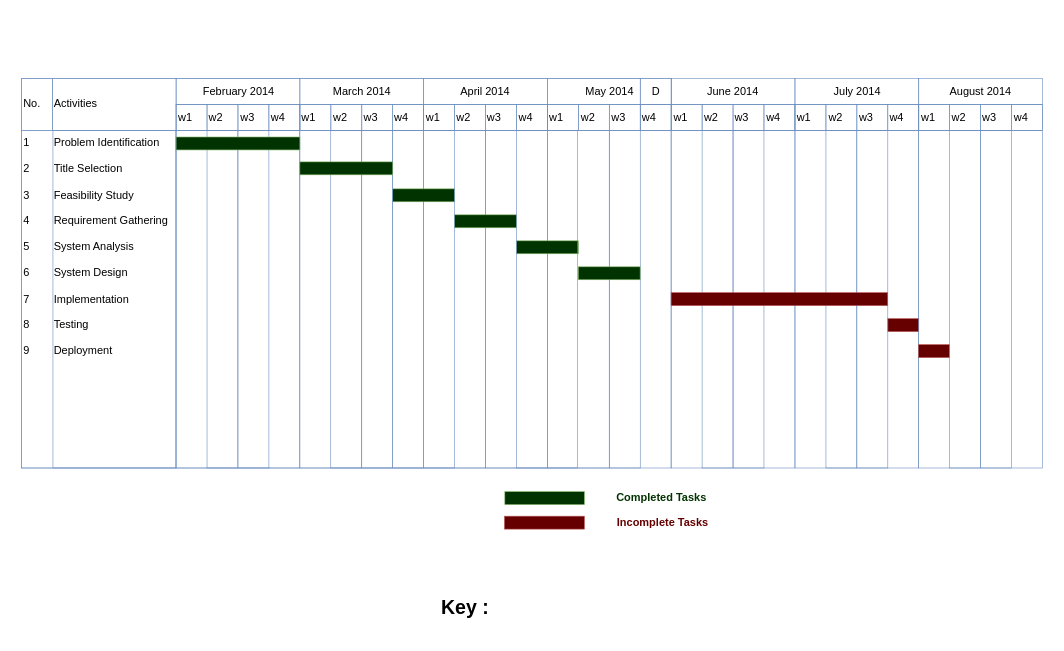
Before: Gantt Chart Diagram.drawio in fasil712/UML_Diagram_Design, a draw.io diagram. Source tidied: cells renumbered, new cells numbered last; positions are measured from the earlier drawing's top-left corner, leaving out a move shared by most shapes. Both pictures are drawn from the tidied source at 122%, with x=0, y=0 at pixel (21, 21).
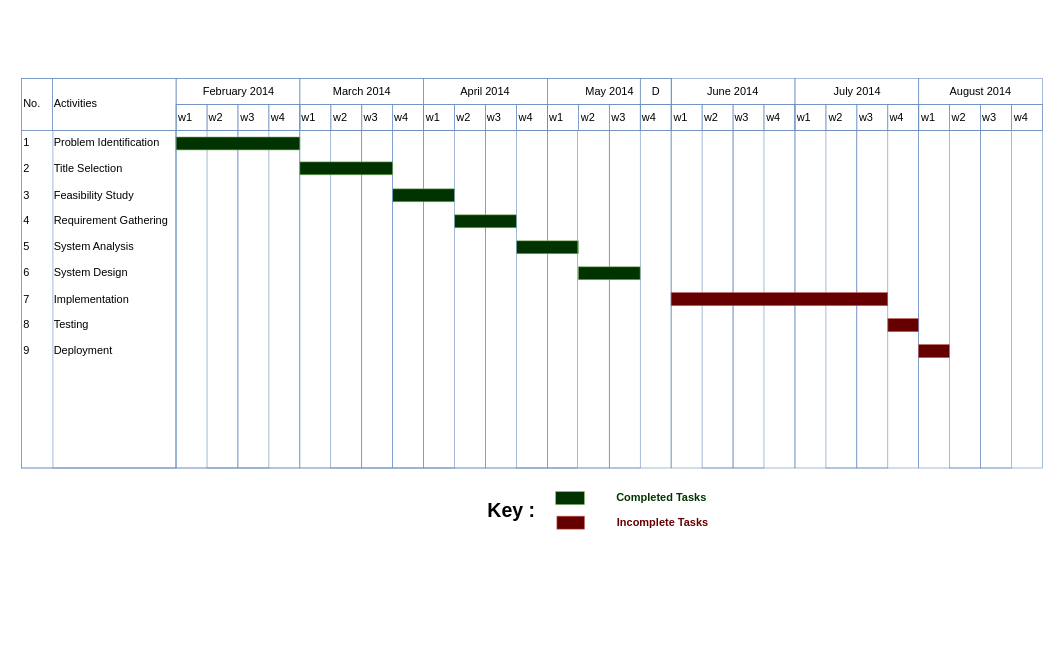
The same diagram, later.

Change to the diagram source:
```diff
@@
     <mxCell id="2" style="group;" parent="1" vertex="1">
-      <mxGeometry width="837" height="418" as="geometry" />
+      <mxGeometry width="837" height="424.7" as="geometry" />
     </mxCell>
@@
     <mxCell id="101" style="group;" parent="2" vertex="1">
-      <mxGeometry x="396" y="383.7" width="174.3" height="34.3" as="geometry" />
+      <mxGeometry x="396" y="383.7" width="174.3" height="37.7" as="geometry" />
     </mxCell>
     <mxCell id="102" style="strokeWidth=0.5;shadow=0;dashed=0;align=left;html=1;shape=mxgraph.mockup.graphics.rrect;rSize=0;strokeColor=#82b366;fillColor=#003300;rounded=0;fontSize=9;fontStyle=0;" parent="101" vertex="1">
-      <mxGeometry x="0.3" y="1.8" width="65.2" height="10.6" as="geometry" />
+      <mxGeometry x="42" y="1.8" width="23.5" height="10.6" as="geometry" />
     </mxCell>
     <mxCell id="103" style="strokeWidth=0.5;shadow=0;dashed=0;align=left;html=1;shape=mxgraph.mockup.graphics.rrect;rSize=0;strokeColor=#b85450;fillColor=#660000;rounded=0;fontSize=9;fontStyle=0;" parent="101" vertex="1">
-      <mxGeometry y="21.9" width="65.5" height="10.6" as="geometry" />
+      <mxGeometry x="43" y="21.9" width="22.5" height="10.6" as="geometry" />
     </mxCell>
@@
-    <mxCell id="106" value="&lt;span style=&quot;background-color: rgb(255, 255, 255);&quot;&gt;&lt;font style=&quot;font-size: 16px;&quot;&gt;&lt;b&gt;Key :&lt;/b&gt;&lt;/font&gt;&lt;/span&gt;" style="text;html=1;align=center;verticalAlign=middle;whiteSpace=wrap;rounded=0;labelBackgroundColor=none;labelBorderColor=none;fontSize=9;" parent="1" vertex="1">
-      <mxGeometry x="333" y="459" width="62" height="41" as="geometry" />
+    <mxCell id="106" value="&lt;span style=&quot;background-color: rgb(255, 255, 255);&quot;&gt;&lt;font style=&quot;font-size: 16px;&quot;&gt;&lt;b&gt;Key :&lt;/b&gt;&lt;/font&gt;&lt;/span&gt;" style="text;html=1;align=center;verticalAlign=middle;whiteSpace=wrap;rounded=0;labelBackgroundColor=none;labelBorderColor=none;fontSize=9;" parent="101" vertex="1">
+      <mxGeometry x="-25" y="-3.3" width="62" height="41" as="geometry" />
     </mxCell>
```
